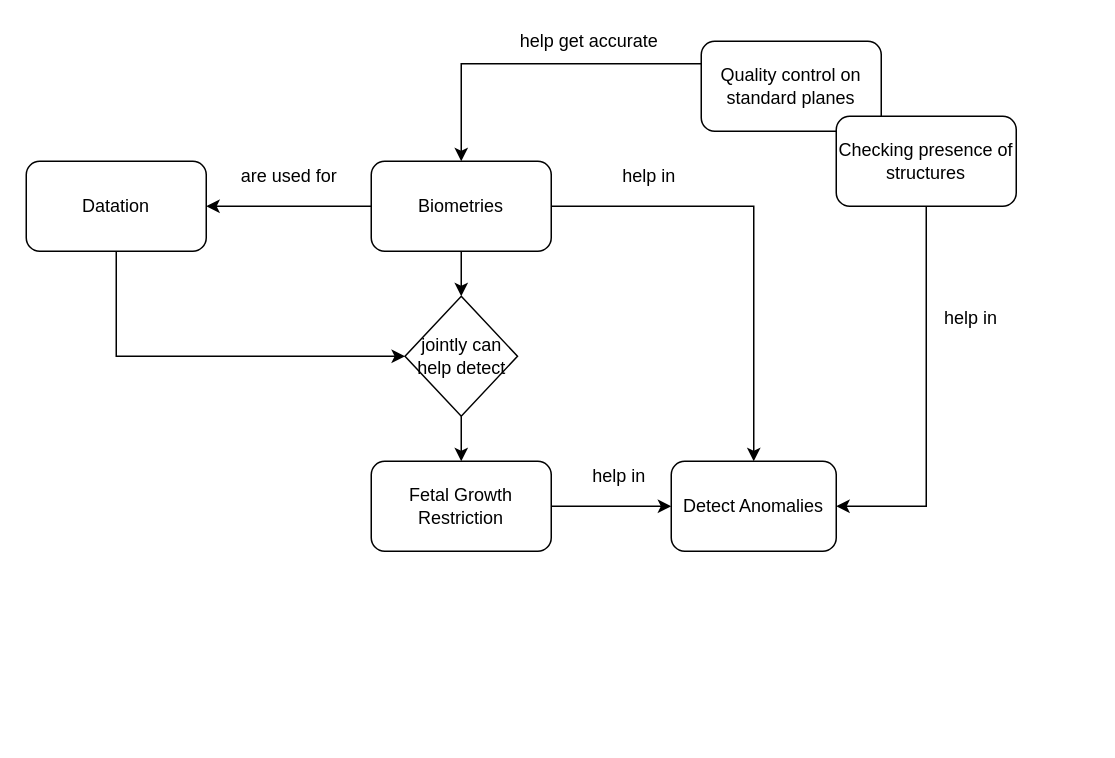
FredericLoge/misc keeps this draw.io diagram as Untitled Diagram.drawio. Above is the earlier version. Source tidied: cells renumbered, new cells numbered last; positions are measured from the earlier drawing's top-left corner, leaving out a move shared by most shapes. Both pictures are drawn from the tidied source at 150%, with x=0, y=0 at pixel (26, 26).
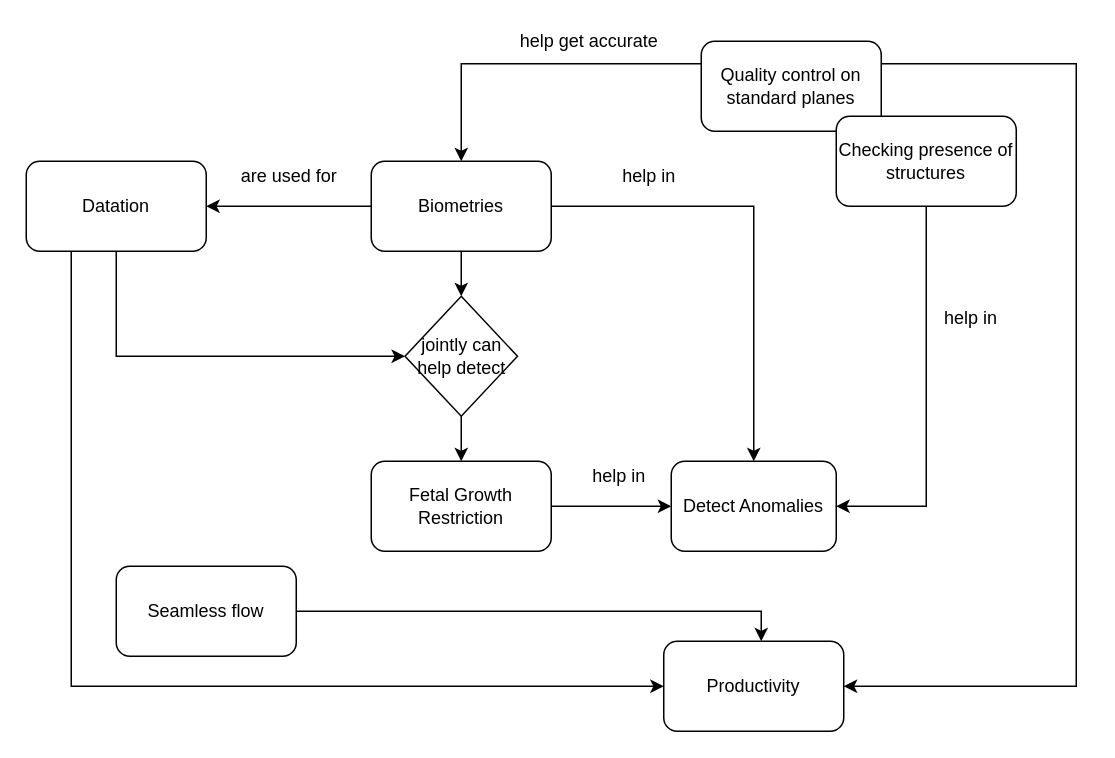
The same diagram, later.

Unchanged cells that the change refers to:
```xml
<mxCell id="3" value="Datation" style="rounded=1;whiteSpace=wrap;html=1;" parent="1" vertex="1">
  <mxGeometry y="90" width="120" height="60" as="geometry" />
</mxCell>
<mxCell id="14" value="Quality control on standard planes" style="rounded=1;whiteSpace=wrap;html=1;" parent="1" vertex="1">
  <mxGeometry x="450" y="10" width="120" height="60" as="geometry" />
</mxCell>
```

What changed in the source:
```diff
@@
+    <mxCell id="22" style="edgeStyle=orthogonalEdgeStyle;rounded=0;jettySize=auto;html=1;exitX=0.25;exitY=1;exitDx=0;exitDy=0;entryX=0;entryY=0.5;entryDx=0;entryDy=0;" parent="1" edge="1" source="3" target="24">
+      <mxGeometry relative="1" as="geometry" />
+    </mxCell>
@@
+    <mxCell id="23" style="edgeStyle=orthogonalEdgeStyle;rounded=0;jettySize=auto;html=1;exitX=1;exitY=0.25;exitDx=0;exitDy=0;entryX=1;entryY=0.5;entryDx=0;entryDy=0;" parent="1" edge="1" source="14" target="24">
+      <mxGeometry relative="1" as="geometry">
+        <Array as="points">
+          <mxPoint x="700" y="25" />
+          <mxPoint x="700" y="440" />
+        </Array>
+      </mxGeometry>
+    </mxCell>
@@
+    <mxCell id="24" value="Productivity" style="rounded=1;whiteSpace=wrap;html=1;" parent="1" vertex="1">
+      <mxGeometry x="425" y="410" width="120" height="60" as="geometry" />
+    </mxCell>
+    <mxCell id="25" style="edgeStyle=orthogonalEdgeStyle;rounded=0;jettySize=auto;html=1;exitX=1;exitY=0.5;exitDx=0;exitDy=0;" parent="1" edge="1" source="26" target="24">
+      <mxGeometry relative="1" as="geometry">
+        <Array as="points">
+          <mxPoint x="490" y="390" />
+        </Array>
+      </mxGeometry>
+    </mxCell>
+    <mxCell id="26" value="Seamless flow" style="rounded=1;whiteSpace=wrap;html=1;" parent="1" vertex="1">
+      <mxGeometry x="60" y="360" width="120" height="60" as="geometry" />
+    </mxCell>
```
